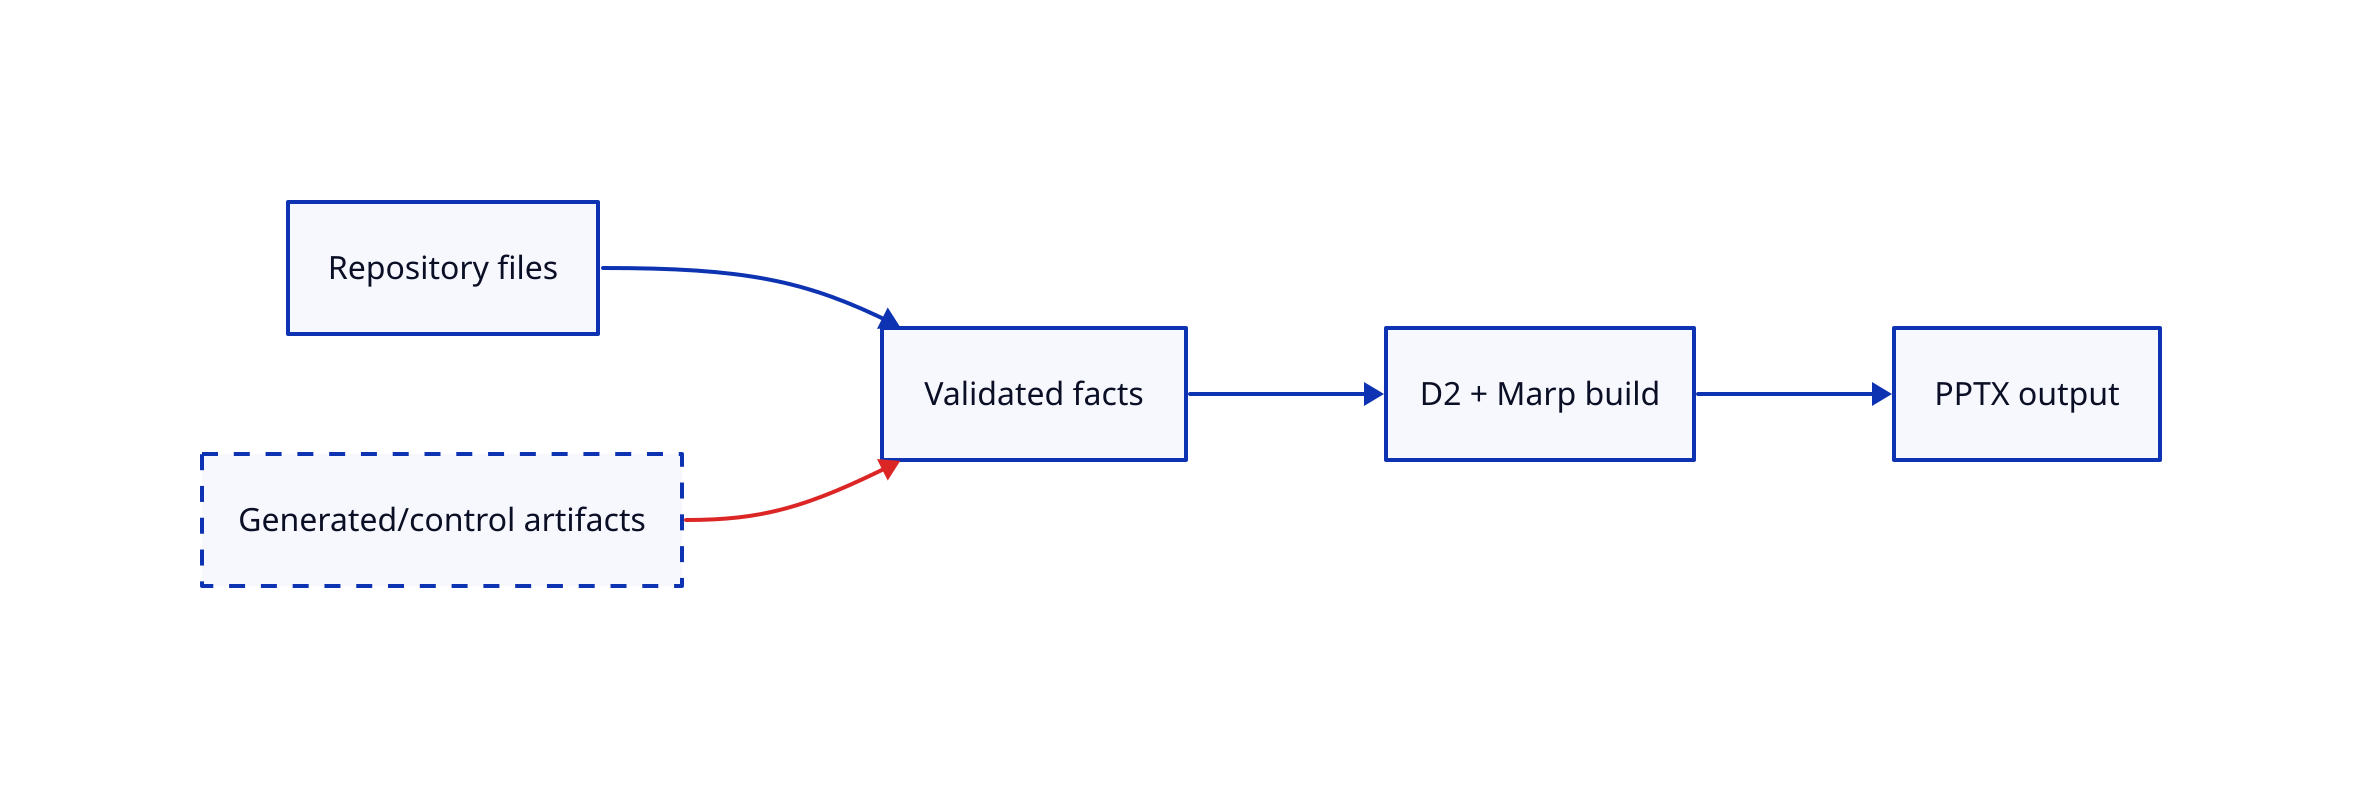
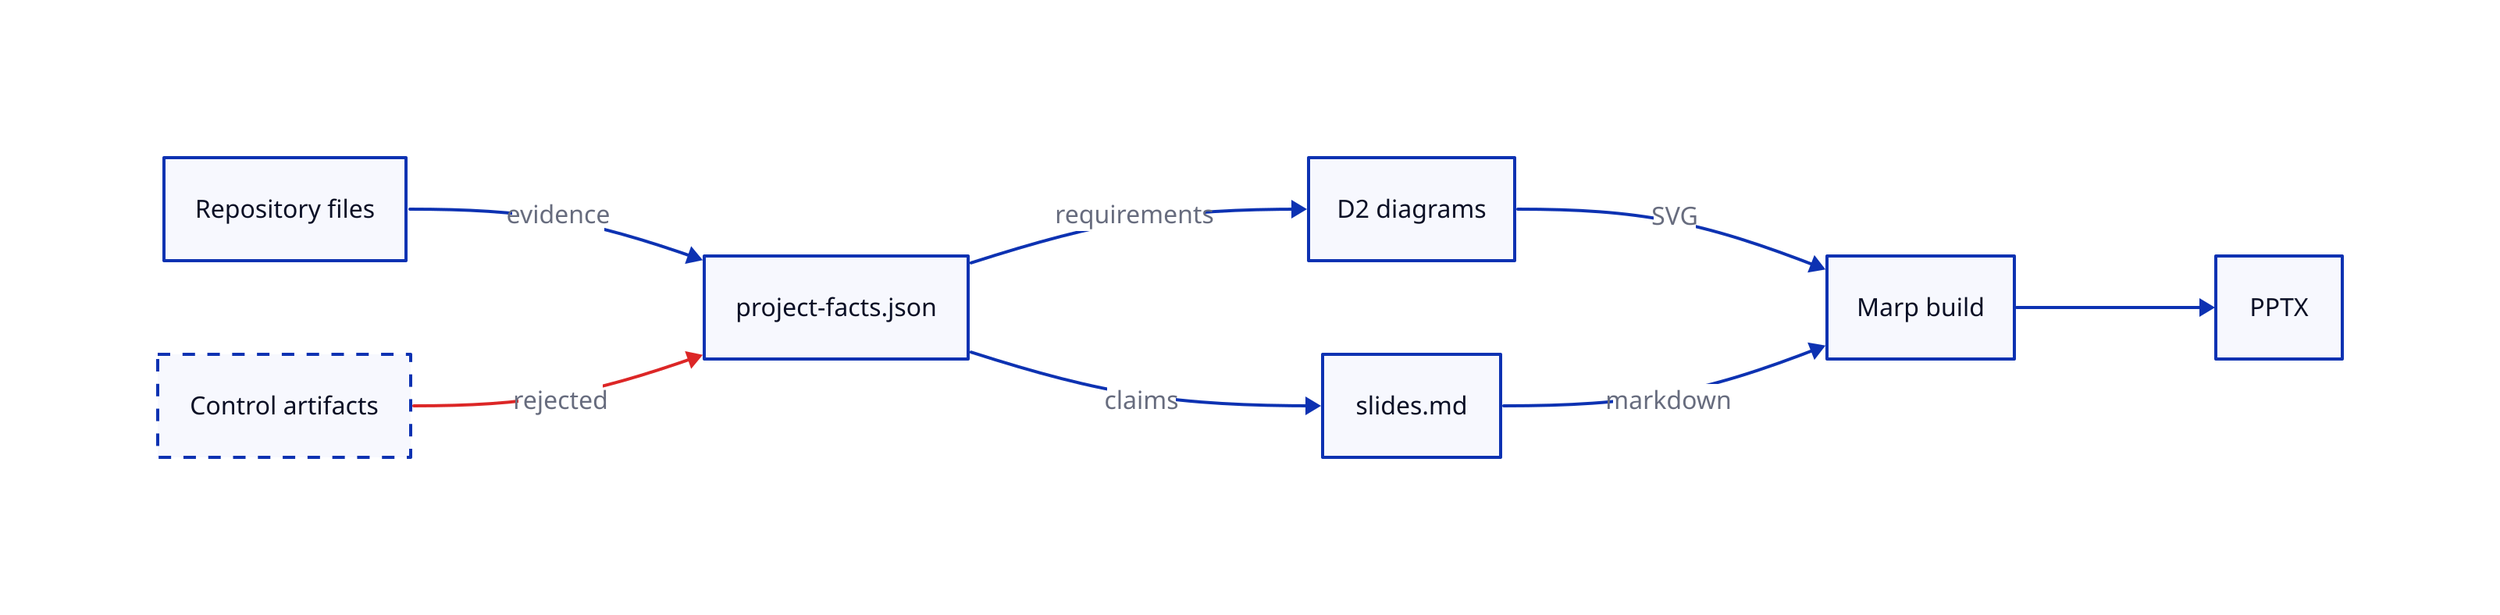
direction: right

- repo: Repository files
- facts: Validated facts
- build: D2 + Marp build
- deck: PPTX output
+ repo: "Repository files"
+ facts: project-facts.json
+ slides: slides.md
+ d2: "D2 diagrams"
+ build: "Marp build"
+ pptx: PPTX

- repo -> facts
- facts -> build
- build -> deck
+ repo -> facts: evidence
+ facts -> slides: claims
+ facts -> d2: requirements
+ d2 -> build: SVG
+ slides -> build: markdown
+ build -> pptx

- generated: Generated/control artifacts
- generated.style.stroke-dash: 4
- generated -> facts {
+ control: "Control artifacts"
+ control.style.stroke-dash: 4
+ control -> facts: rejected {
  style.stroke: "#dc2626"
}
